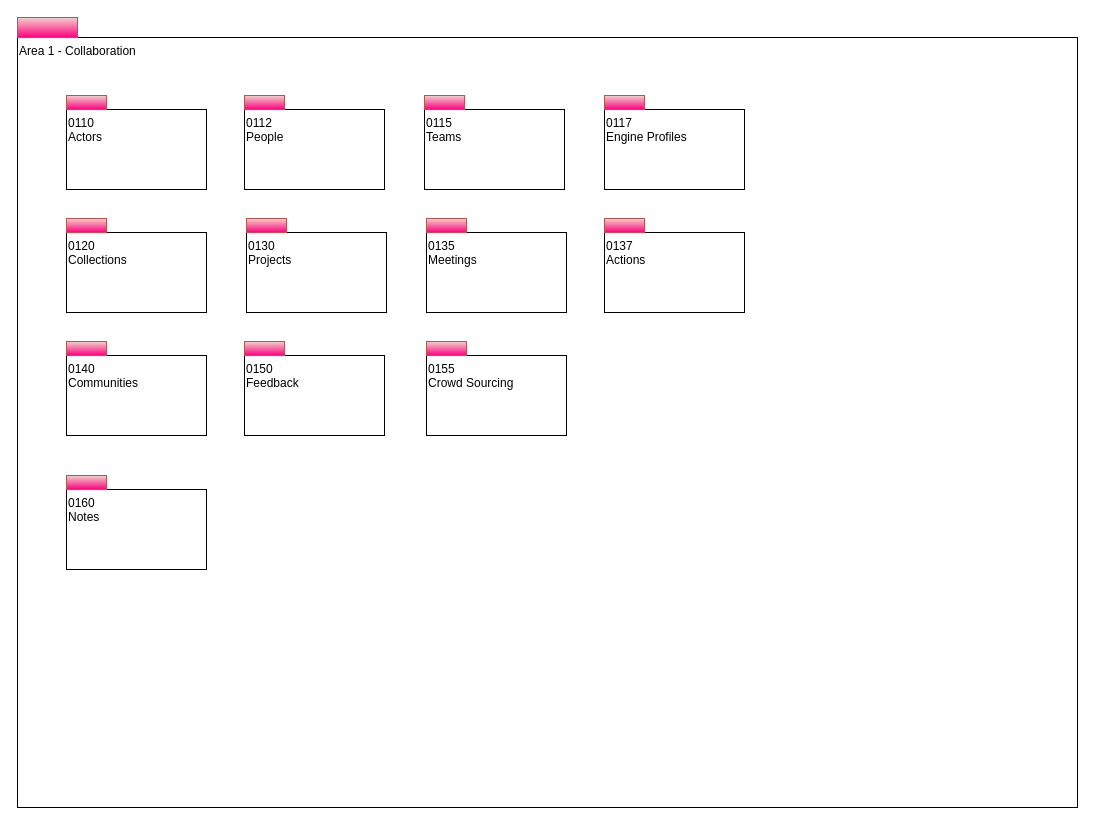
Earlier version of the draw.io diagram page "Overview" (1 of 12) of open-metadata-publication/website/open-metadata-types/area-1-collaboration.drawio (odpi/egeria). Source tidied: cells renumbered, new cells numbered last; positions are measured from the earlier drawing's top-left corner, leaving out a move shared by most shapes. Both pictures are drawn from the tidied source at 100%, with x=0, y=0 at pixel (17, 17).
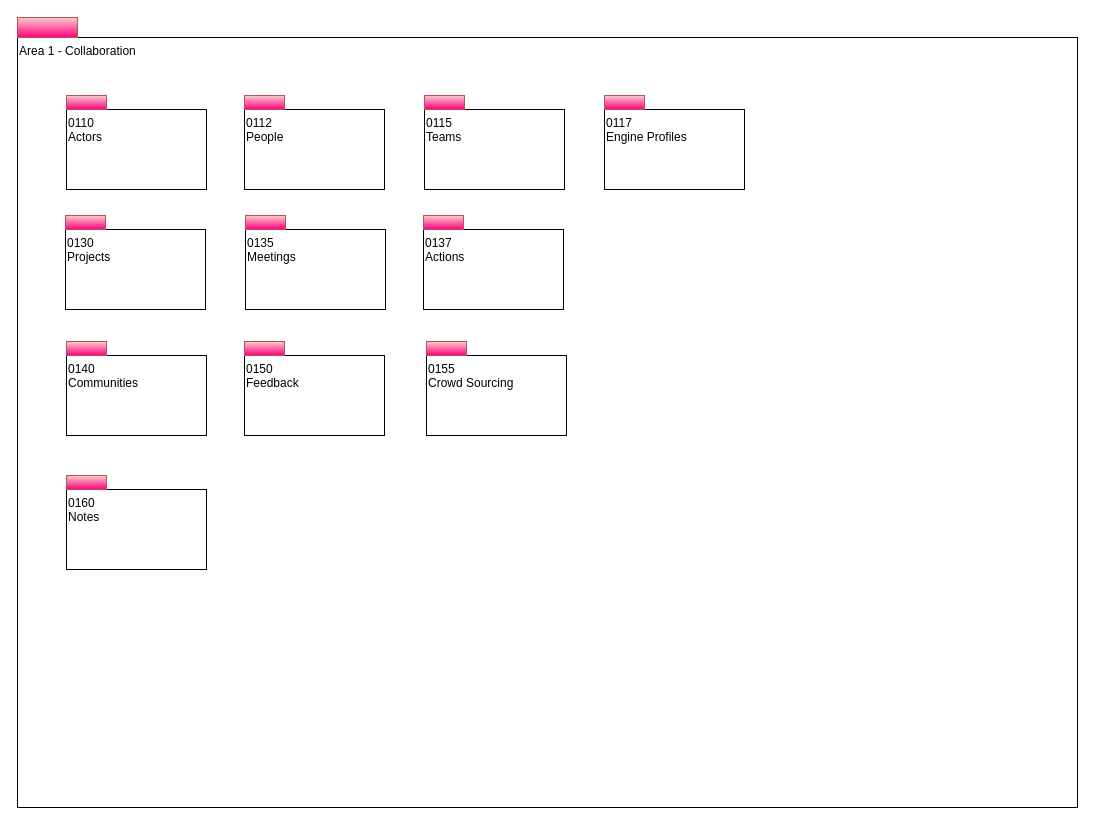
After the change.

Change to the diagram source:
```diff
@@
-    <mxCell id="4" value="0120&lt;br&gt;Collections&lt;br&gt;" style="rounded=0;whiteSpace=wrap;html=1;align=left;verticalAlign=top;" parent="1" vertex="1">
-      <mxGeometry x="49" y="215" width="140" height="80" as="geometry" />
-    </mxCell>
-    <mxCell id="5" style="html=1;strokeColor=#b85450;align=center;fillColor=#f8cecc;gradientColor=#FF0080;" parent="1" vertex="1">
-      <mxGeometry x="49" y="201" width="40" height="14" as="geometry" />
-    </mxCell>
     <mxCell id="6" value="0130&lt;br&gt;Projects&lt;br&gt;" style="rounded=0;whiteSpace=wrap;html=1;align=left;verticalAlign=top;" parent="1" vertex="1">
-      <mxGeometry x="229" y="215" width="140" height="80" as="geometry" />
+      <mxGeometry x="48" y="212" width="140" height="80" as="geometry" />
     </mxCell>
     <mxCell id="7" style="html=1;strokeColor=#b85450;align=center;fillColor=#f8cecc;gradientColor=#FF0080;" parent="1" vertex="1">
-      <mxGeometry x="229" y="201" width="40" height="14" as="geometry" />
+      <mxGeometry x="48" y="198" width="40" height="14" as="geometry" />
     </mxCell>
     <mxCell id="8" value="0135&lt;br&gt;Meetings&lt;br&gt;" style="rounded=0;whiteSpace=wrap;html=1;align=left;verticalAlign=top;" parent="1" vertex="1">
-      <mxGeometry x="409" y="215" width="140" height="80" as="geometry" />
+      <mxGeometry x="228" y="212" width="140" height="80" as="geometry" />
     </mxCell>
     <mxCell id="9" style="html=1;strokeColor=#b85450;align=center;fillColor=#f8cecc;gradientColor=#FF0080;" parent="1" vertex="1">
-      <mxGeometry x="409" y="201" width="40" height="14" as="geometry" />
+      <mxGeometry x="228" y="198" width="40" height="14" as="geometry" />
     </mxCell>
@@
     <mxCell id="24" value="0137&lt;br&gt;Actions&lt;br&gt;" style="rounded=0;whiteSpace=wrap;html=1;align=left;verticalAlign=top;" parent="1" vertex="1">
-      <mxGeometry x="587" y="215" width="140" height="80" as="geometry" />
+      <mxGeometry x="406" y="212" width="140" height="80" as="geometry" />
     </mxCell>
     <mxCell id="25" style="html=1;strokeColor=#b85450;align=center;fillColor=#f8cecc;gradientColor=#FF0080;" parent="1" vertex="1">
-      <mxGeometry x="587" y="201" width="40" height="14" as="geometry" />
+      <mxGeometry x="406" y="198" width="40" height="14" as="geometry" />
     </mxCell>
```
